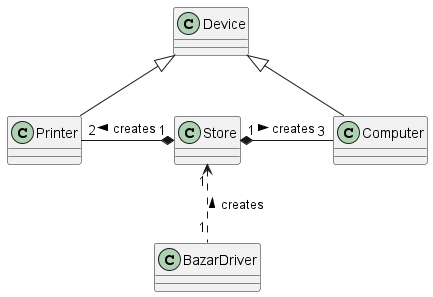
Before: UML Diagram.png, a diagram exported from PlantUML (jenul-ferdinand/digital-bazaar).
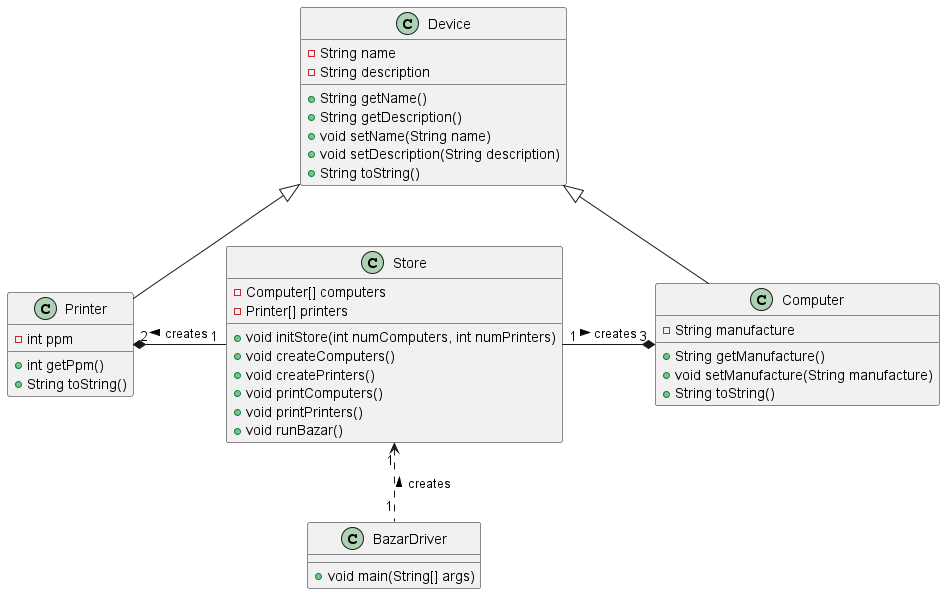
The same diagram one commit later.

Commit message:
Updated UML Diagram Image

What changed in the source:
```diff
@@ -1,30 +1,48 @@
 @startuml
 
 class BazarDriver {
-
+    + void main(String[] args)
 }
 
 class Store {
-
+    - Computer[] computers
+    - Printer[] printers
+    + void initStore(int numComputers, int numPrinters)
+    + void createComputers()
+    + void createPrinters()
+    + void printComputers()
+    + void printPrinters()
+    + void runBazar()
 }
 
 class Printer {
-
+    - int ppm
+    + int getPpm()
+    + String toString()
 }
 
 class Computer {
-
+    - String manufacture
+    + String getManufacture()
+    + void setManufacture(String manufacture)
+    + String toString()
 }
 
 class Device {
-
+    - String name
+    - String description
+    + String getName()
+    + String getDescription()
+    + void setName(String name)
+    + void setDescription(String description)
+    + String toString()
 }
 
 Printer -u-|> Device
 Computer -u-|> Device
 
-Printer "2" -r-* "1" Store : creates <
-Computer "3" -l-* "1" Store : creates <
+Printer "2" *-r- "1" Store : creates <
+Computer "3" *-l- "1" Store : creates <
 
 BazarDriver "1" .u.> "1" Store : creates >
 
```
